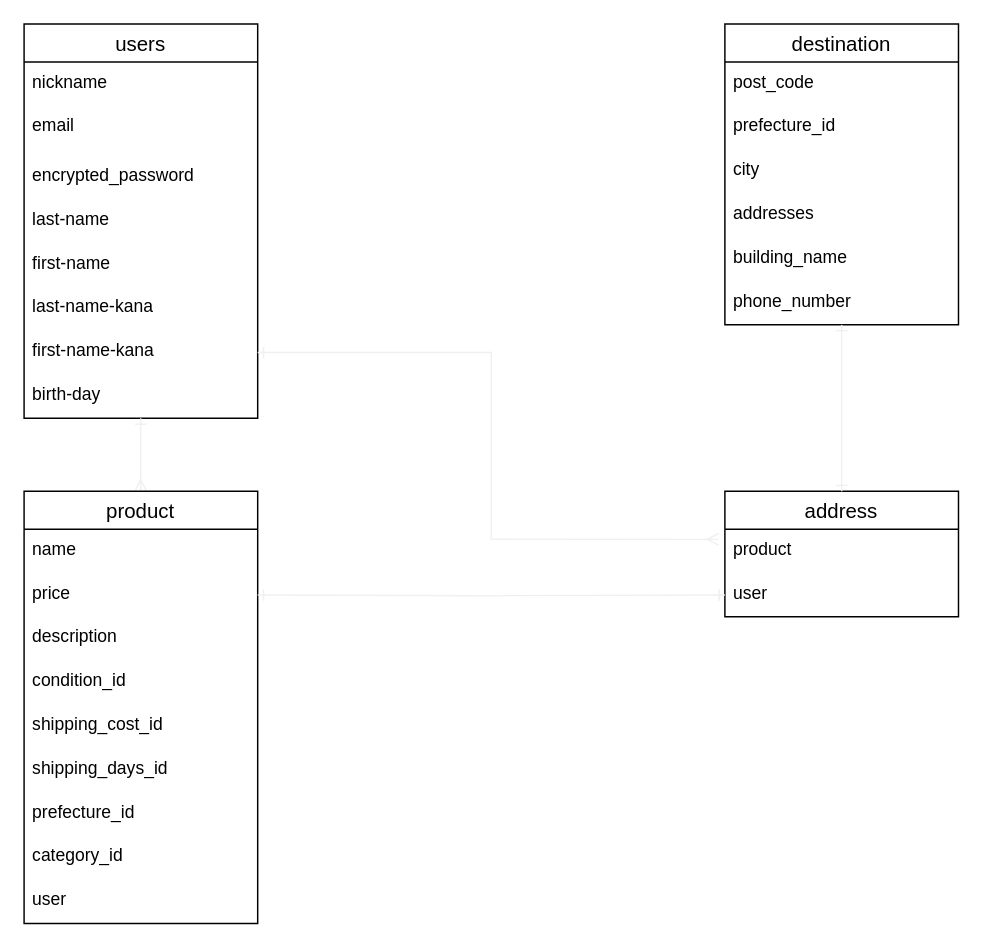
nu-n/furima-36989 keeps this draw.io diagram as page "ページ2" (1 of 2) of furima.dio. Above is the earlier version. Source tidied: cells renumbered, new cells numbered last; positions are measured from the earlier drawing's top-left corner, leaving out a move shared by most shapes. Both pictures are drawn from the tidied source at 146%, with x=0, y=0 at pixel (23, 23).
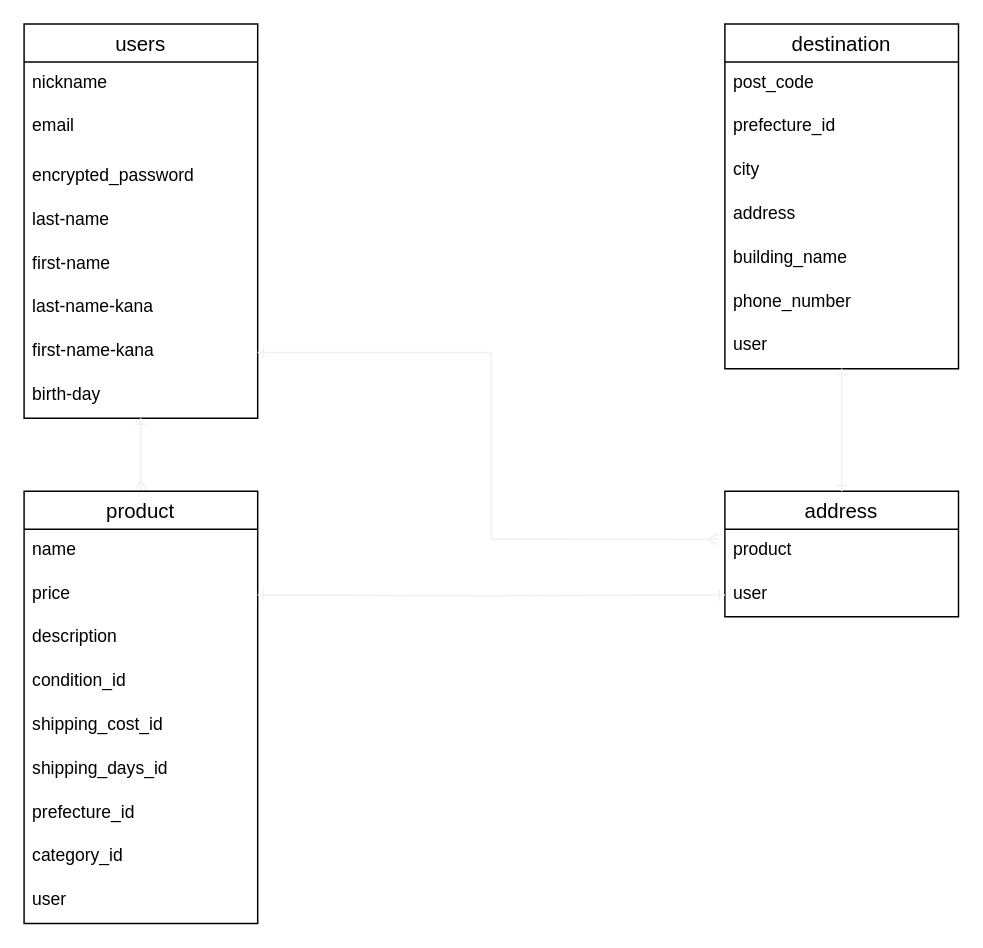
After the change.

Diff of the diagram source:
```diff
@@
     <mxCell id="11" value="destination" style="swimlane;fontStyle=0;horizontal=1;startSize=26;align=center;fontSize=14;" parent="1" vertex="1">
-      <mxGeometry x="480" width="160" height="206" as="geometry" />
+      <mxGeometry x="480" width="160" height="236" as="geometry" />
     </mxCell>
@@
-    <mxCell id="15" value="addresses" style="text;strokeColor=none;fillColor=none;spacingLeft=4;spacingRight=4;overflow=hidden;fontSize=12;" parent="11" vertex="1">
+    <mxCell id="15" value="address" style="text;strokeColor=none;fillColor=none;spacingLeft=4;spacingRight=4;overflow=hidden;fontSize=12;" parent="11" vertex="1">
       <mxGeometry y="116" width="160" height="30" as="geometry" />
     </mxCell>
@@
+    <mxCell id="35" value="user" style="text;strokeColor=none;fillColor=none;spacingLeft=4;spacingRight=4;overflow=hidden;fontSize=12;" parent="11" vertex="1">
+      <mxGeometry y="206" width="160" height="30" as="geometry" />
+    </mxCell>
```
